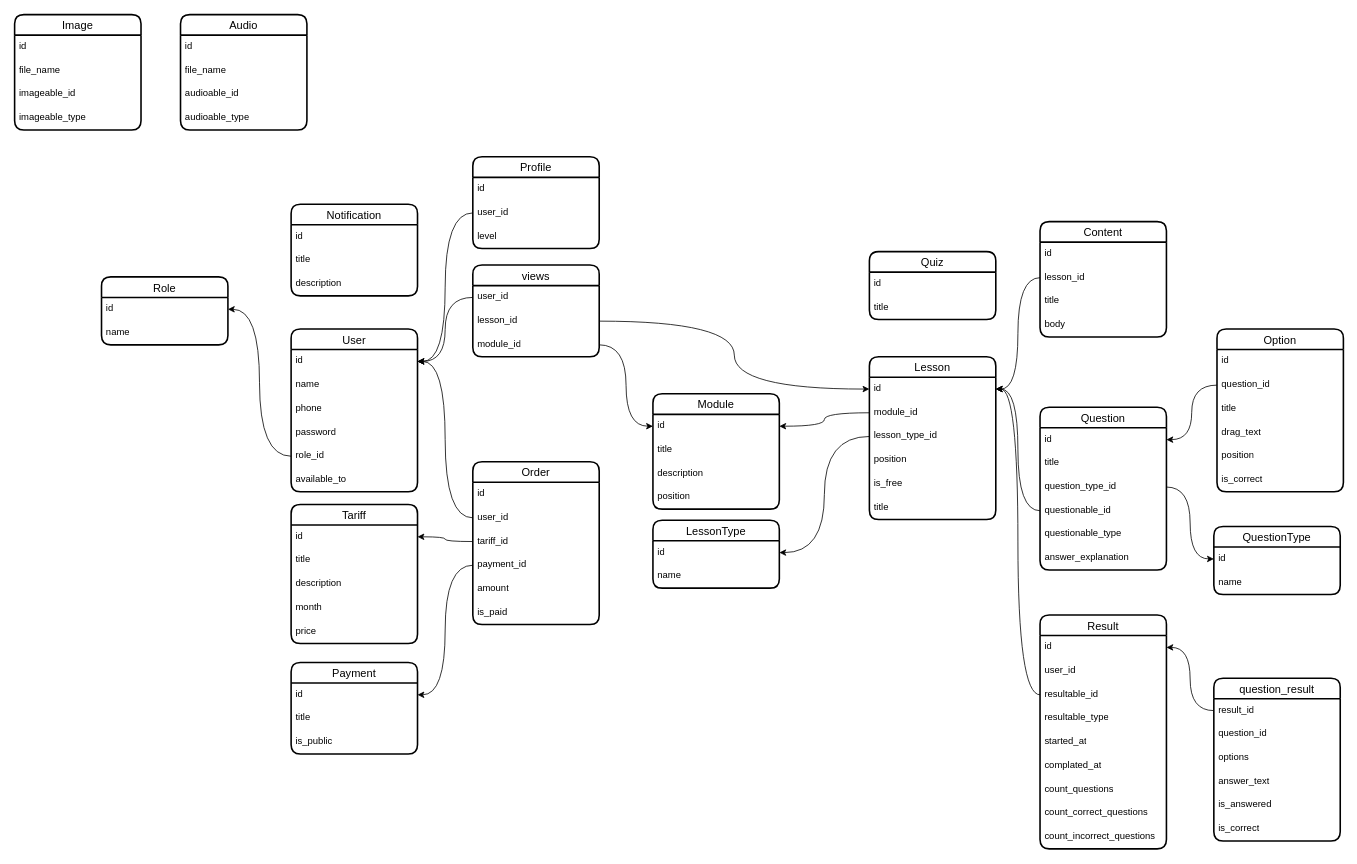
This is karsoft-UMU.drawio from iztileuoff/databases, a draw.io file, before an edit. Source tidied: cells renumbered, new cells numbered last; positions are measured from the earlier drawing's top-left corner, leaving out a move shared by most shapes. Both pictures are drawn from the tidied source at 79%, with x=0, y=0 at pixel (14, 14).
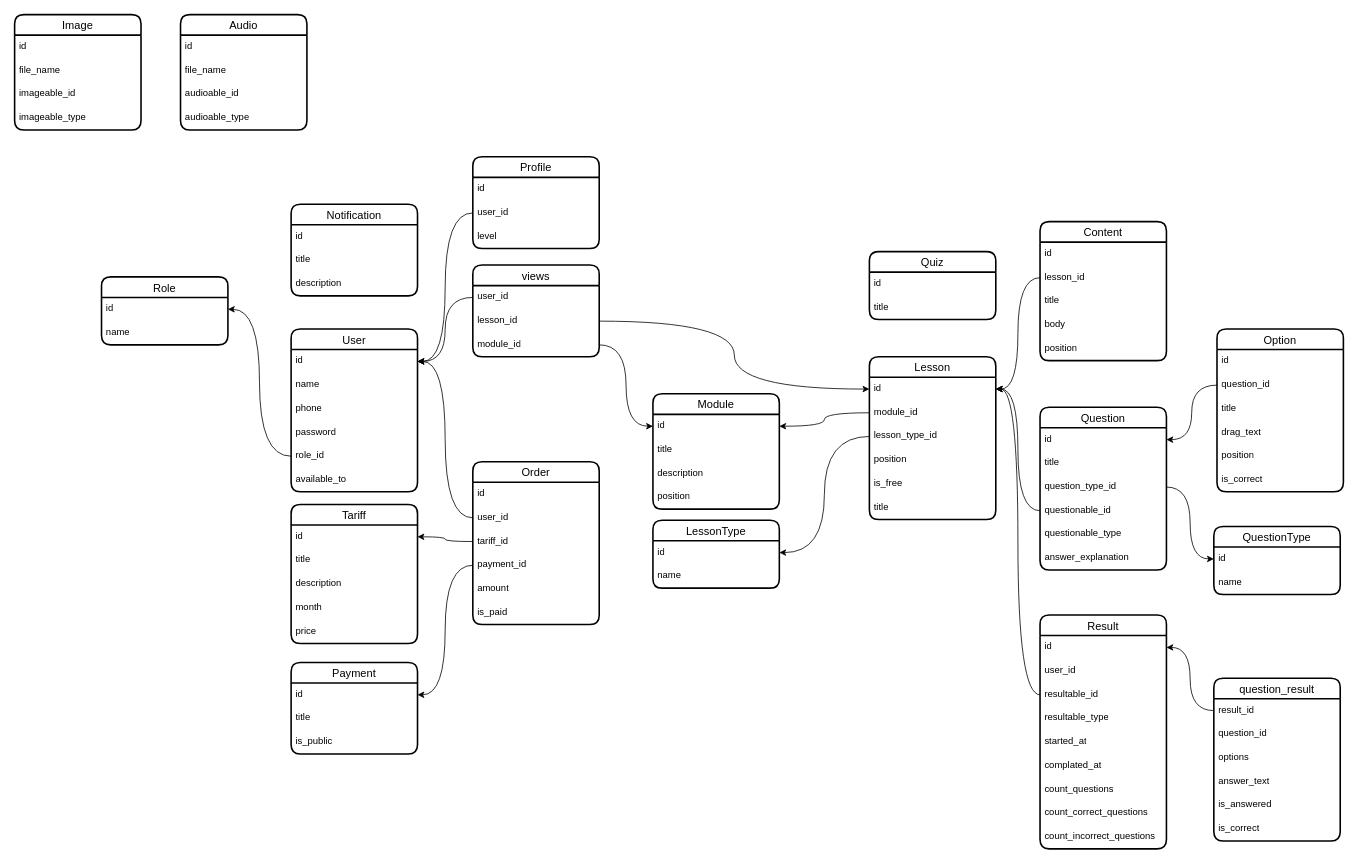
Above is the later version.

Change to the diagram source:
```diff
@@
     <mxCell id="38" value="Content" style="swimlane;fontStyle=0;horizontal=1;startSize=26;align=center;fontSize=14;strokeWidth=2;rounded=1;shadow=0;glass=0;swimlaneLine=1;" parent="1" vertex="1">
-      <mxGeometry x="1298" y="262" width="160" height="146" as="geometry" />
+      <mxGeometry x="1298" y="262" width="160" height="176" as="geometry" />
     </mxCell>
@@
+    <mxCell id="124" value="position" style="text;strokeColor=none;fillColor=none;spacingLeft=4;spacingRight=4;overflow=hidden;fontSize=12;whiteSpace=wrap;html=1;" parent="38" vertex="1">
+      <mxGeometry y="146" width="160" height="30" as="geometry" />
+    </mxCell>
```
